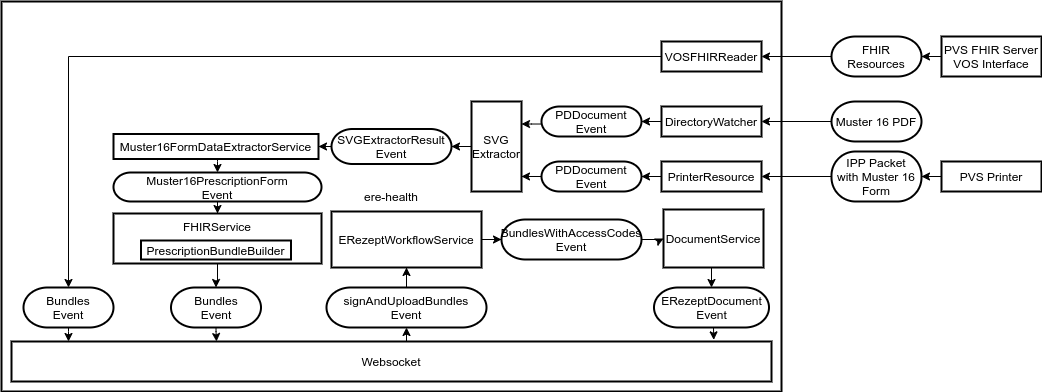
The draw.io diagram img/internal-structure.png in ere-health/architecture, before a commit. Source tidied: cells renumbered, new cells last; positions are measured from the earlier drawing's top-left corner, leaving out a move shared by most shapes.
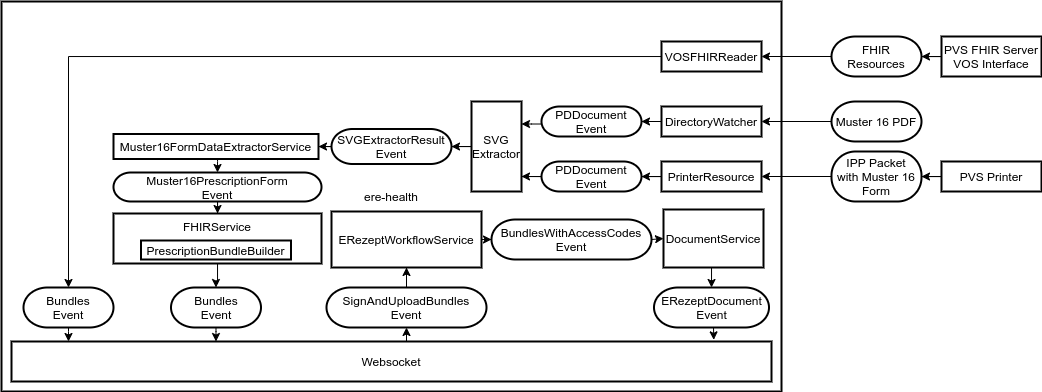
After the commit.

The edit, as a diff of the source:
```diff
@@ -145,14 +145,18 @@
     <mxCell id="39" style="edgeStyle=orthogonalEdgeStyle;rounded=0;jettySize=auto;html=1;entryX=0.5;entryY=1;entryDx=0;entryDy=0;" parent="1" edge="1" source="40" target="32">
       <mxGeometry relative="1" as="geometry" />
     </mxCell>
-    <mxCell id="40" value="signAndUploadBundles&lt;br&gt;Event" style="rounded=1;whiteSpace=wrap;html=1;arcSize=60;strokeWidth=2;" parent="1" vertex="1">
+    <mxCell id="40" value="SignAndUploadBundles&lt;br&gt;Event" style="rounded=1;whiteSpace=wrap;html=1;arcSize=60;strokeWidth=2;" parent="1" vertex="1">
       <mxGeometry x="325" y="286" width="160" height="40" as="geometry" />
     </mxCell>
     <mxCell id="41" style="edgeStyle=orthogonalEdgeStyle;rounded=0;jettySize=auto;html=1;entryX=0;entryY=0.5;entryDx=0;entryDy=0;" parent="1" edge="1" source="42" target="38">
-      <mxGeometry relative="1" as="geometry" />
+      <mxGeometry relative="1" as="geometry">
+        <Array as="points">
+          <mxPoint x="650" y="238" />
+        </Array>
+      </mxGeometry>
     </mxCell>
     <mxCell id="42" value="BundlesWithAccessCodes&lt;br&gt;Event" style="rounded=1;whiteSpace=wrap;html=1;arcSize=60;strokeWidth=2;" parent="1" vertex="1">
-      <mxGeometry x="500" y="218" width="140" height="40" as="geometry" />
+      <mxGeometry x="490" y="218" width="160" height="40" as="geometry" />
     </mxCell>
     <mxCell id="43" style="edgeStyle=orthogonalEdgeStyle;rounded=0;jettySize=auto;html=1;entryX=0.924;entryY=-0.041;entryDx=0;entryDy=0;entryPerimeter=0;" parent="1" edge="1" source="44" target="4">
       <mxGeometry relative="1" as="geometry">
```
